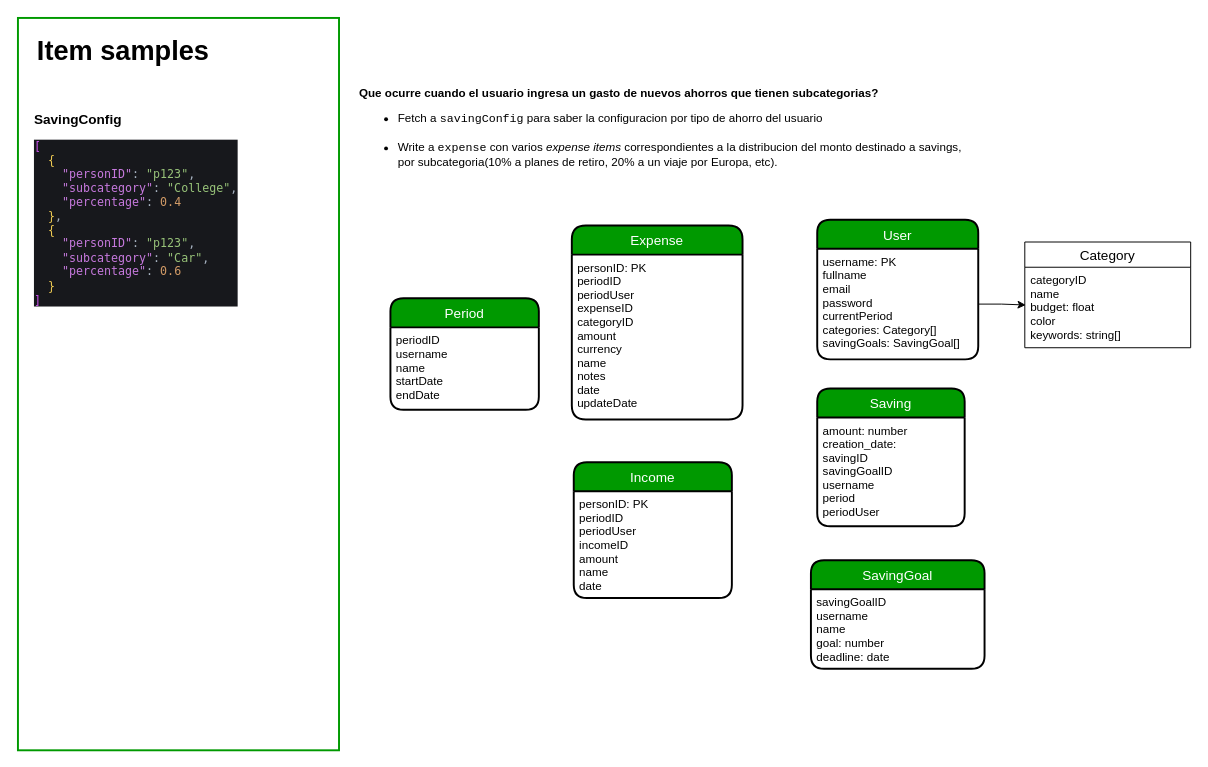
The draw.io diagram page "Data Model" (1 of 2) of diagrams/money-diagrams.drawio in JoelD7/money, before the edit. Source tidied: cells renumbered, new cells numbered last; positions are measured from the earlier drawing's top-left corner, leaving out a move shared by most shapes. Both pictures are drawn from the tidied source at 97%, with x=0, y=0 at pixel (17, 17).
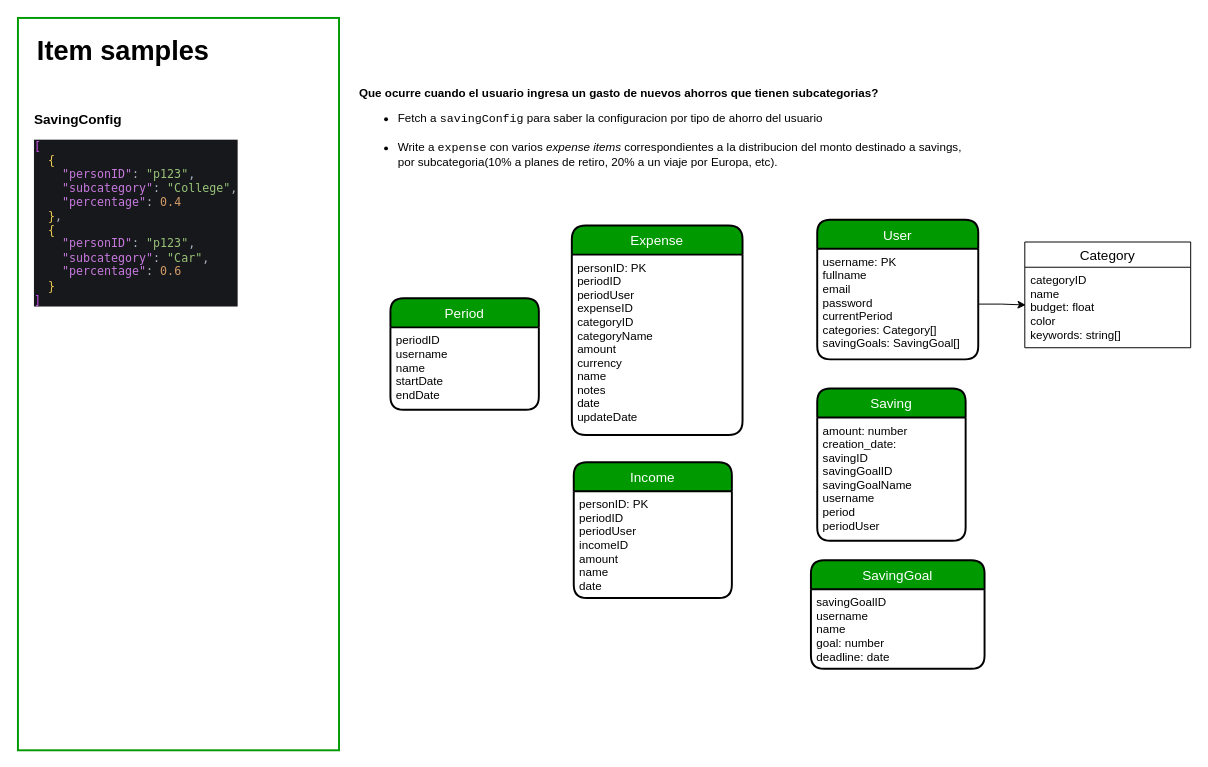
The same diagram, later.

Commit message (it also covers changes not shown here):
Add "CategoryName" to Expense model

Why: So that the user can identify the category of an expense. The category serves this purpose for the backend, but not for the end user.

Change to the diagram source:
```diff
@@
     <mxCell id="6" value="Expense" style="swimlane;horizontal=1;startSize=30;rounded=1;fontSize=14;fontStyle=0;strokeWidth=2;shadow=0;dashed=0;align=center;labelBackgroundColor=none;arcSize=16;labelBorderColor=none;swimlaneLine=1;swimlaneFillColor=none;gradientColor=none;gradientDirection=north;fillColor=#009900;fontColor=#FFFFFF;" parent="1" vertex="1">
-      <mxGeometry x="571" y="214" width="176" height="200" as="geometry" />
+      <mxGeometry x="571" y="214" width="176" height="216" as="geometry" />
     </mxCell>
-    <mxCell id="7" value="personID: PK&#10;periodID&#10;periodUser&#10;expenseID&#10;categoryID&#10;amount&#10;currency&#10;name&#10;notes&#10;date&#10;updateDate" style="align=left;strokeColor=none;fillColor=none;spacingLeft=4;fontSize=12;verticalAlign=top;" parent="6" vertex="1">
-      <mxGeometry y="30" width="176" height="170" as="geometry" />
+    <mxCell id="7" value="personID: PK&#10;periodID&#10;periodUser&#10;expenseID&#10;categoryID&#10;categoryName&#10;amount&#10;currency&#10;name&#10;notes&#10;date&#10;updateDate" style="align=left;strokeColor=none;fillColor=none;spacingLeft=4;fontSize=12;verticalAlign=top;" parent="6" vertex="1">
+      <mxGeometry y="30" width="176" height="186" as="geometry" />
     </mxCell>
@@
     <mxCell id="16" value="Saving" style="swimlane;horizontal=1;startSize=30;rounded=1;fontSize=14;fontStyle=0;strokeWidth=2;shadow=0;dashed=0;align=center;fillColor=#009900;fontColor=#FFFFFF;" parent="1" vertex="1">
-      <mxGeometry x="824" y="382" width="152" height="142" as="geometry" />
+      <mxGeometry x="824" y="382" width="153" height="157" as="geometry" />
     </mxCell>
-    <mxCell id="17" value="amount: number&#10;creation_date:&#10;savingID&#10;savingGoalID&#10;username&#10;period&#10;periodUser&#10;" style="align=left;strokeColor=none;fillColor=none;spacingLeft=4;fontSize=12;verticalAlign=top;" parent="16" vertex="1">
-      <mxGeometry y="30" width="152" height="112" as="geometry" />
+    <mxCell id="17" value="amount: number&#10;creation_date:&#10;savingID&#10;savingGoalID&#10;savingGoalName&#10;username&#10;period&#10;periodUser&#10;&#10;" style="align=left;strokeColor=none;fillColor=none;spacingLeft=4;fontSize=12;verticalAlign=top;" parent="16" vertex="1">
+      <mxGeometry y="30" width="153" height="127" as="geometry" />
     </mxCell>
```
